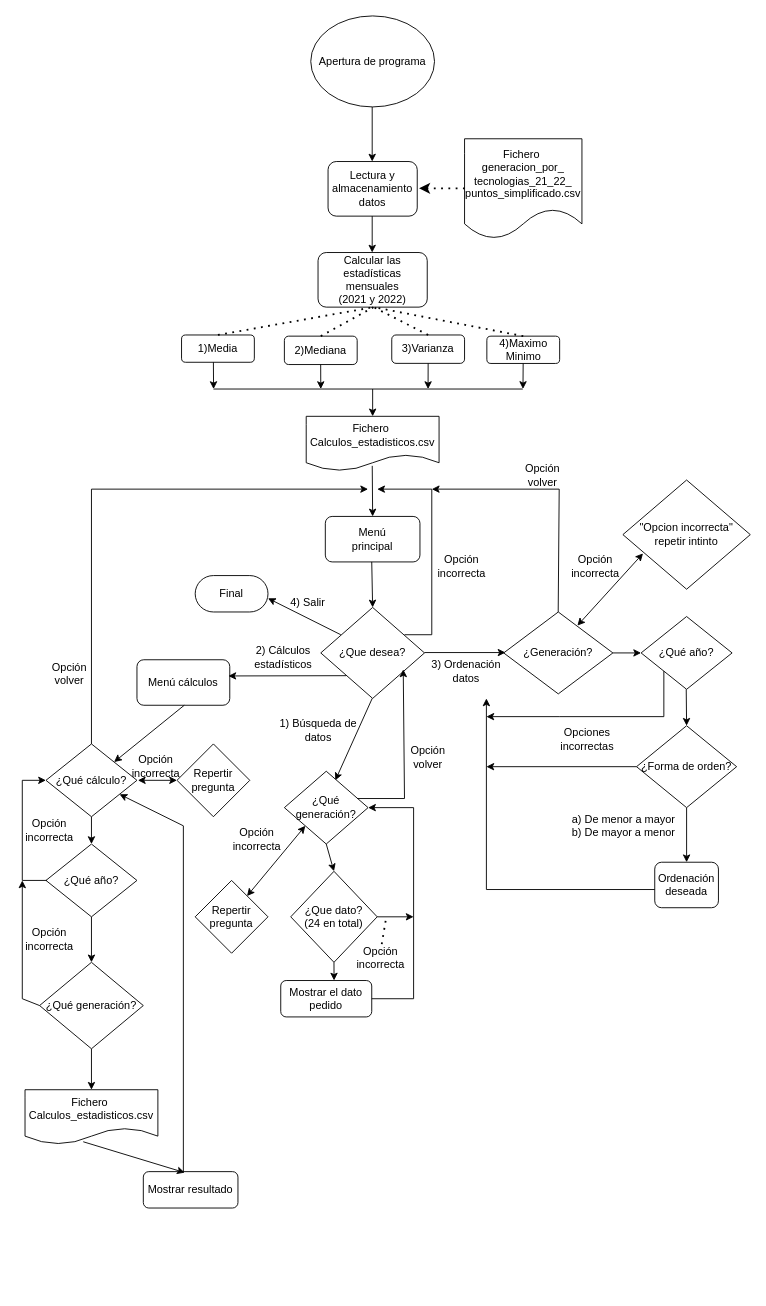
The draw.io diagram Diagramas de flujo/Diagrama de flujo.drawio in aigora/tw_E10X_2022_2023-la_resistencia, before the edit. Source tidied: cells renumbered, new cells numbered last; positions are measured from the earlier drawing's top-left corner, leaving out a move shared by most shapes. Both pictures are drawn from the tidied source at 91%, with x=0, y=0 at pixel (22, 15).
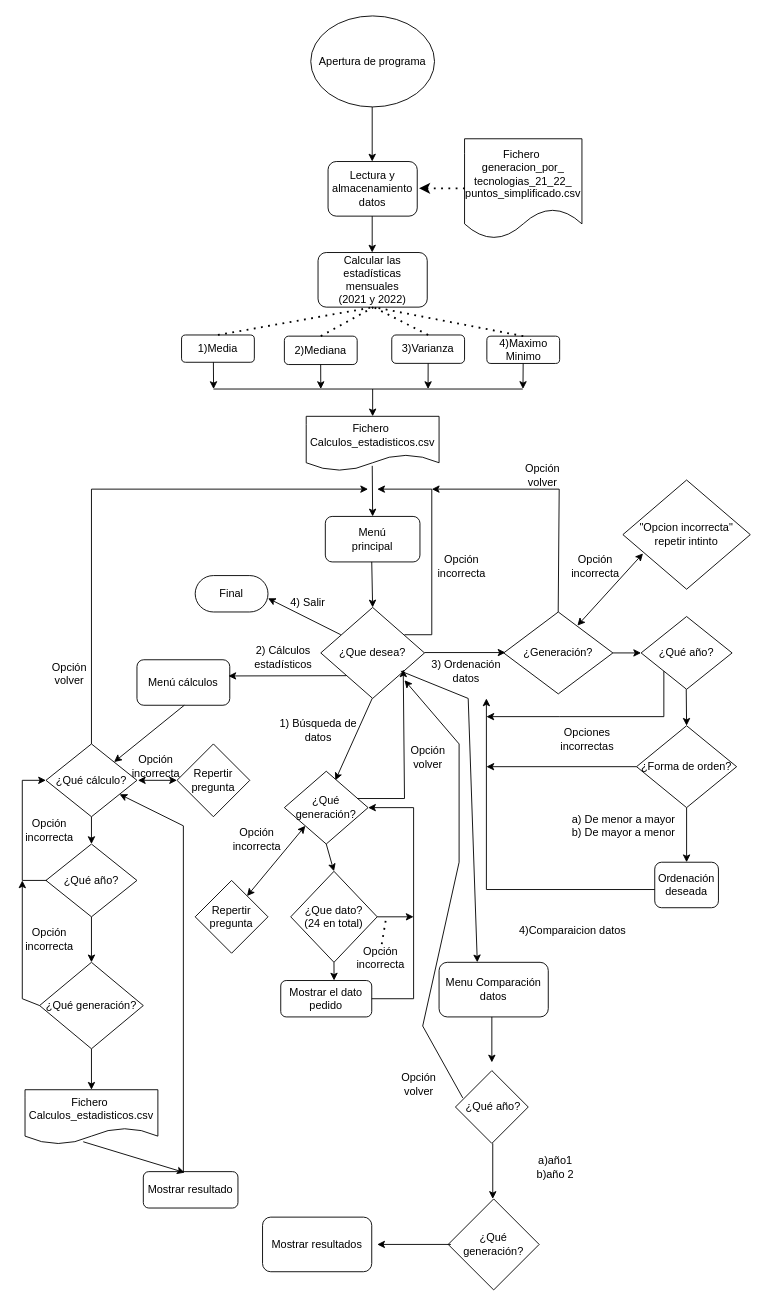
The same page after the edit.

Commit message (it also covers changes not shown here):
Cambio diagrama de flujo

The edit, as a diff of the source:
```diff
@@
+    <mxCell id="92" style="endArrow=classic;html=1;rounded=0;exitX=0.853;exitY=0.702;exitDx=0;exitDy=0;exitPerimeter=0;" parent="1" edge="1">
+      <mxGeometry relative="1" as="geometry">
+        <mxPoint x="416" y="720" as="sourcePoint" />
+        <mxPoint x="500" y="1040" as="targetPoint" />
+        <Array as="points">
+          <mxPoint x="490" y="750" />
+        </Array>
+      </mxGeometry>
+    </mxCell>
+    <mxCell id="93" value="4)Comparaicion datos" style="text;strokeColor=none;align=center;fillColor=none;html=1;verticalAlign=middle;whiteSpace=wrap;rounded=0;" parent="1" vertex="1">
+      <mxGeometry x="535" y="990" width="140" height="30" as="geometry" />
+    </mxCell>
+    <mxCell id="94" value="Menu Comparación datos" style="rounded=1;whiteSpace=wrap;html=1;" parent="1" vertex="1">
+      <mxGeometry x="458" y="1040" width="120" height="60" as="geometry" />
+    </mxCell>
+    <mxCell id="95" style="endArrow=classic;html=1;rounded=0;" parent="1" edge="1">
+      <mxGeometry relative="1" as="geometry">
+        <mxPoint x="516" y="1100" as="sourcePoint" />
+        <mxPoint x="516" y="1150" as="targetPoint" />
+      </mxGeometry>
+    </mxCell>
+    <mxCell id="96" value="&amp;nbsp;¿Qué año?" style="rhombus;whiteSpace=wrap;html=1;" parent="1" vertex="1">
+      <mxGeometry x="476" y="1159" width="80" height="80" as="geometry" />
+    </mxCell>
+    <mxCell id="97" style="endArrow=classic;html=1;rounded=0;" parent="1" edge="1">
+      <mxGeometry relative="1" as="geometry">
+        <mxPoint x="517" y="1239" as="sourcePoint" />
+        <mxPoint x="517" y="1300" as="targetPoint" />
+      </mxGeometry>
+    </mxCell>
+    <mxCell id="98" style="endArrow=classic;html=1;rounded=0;" parent="1" edge="1">
+      <mxGeometry relative="1" as="geometry">
+        <mxPoint x="484" y="1189" as="sourcePoint" />
+        <mxPoint x="420" y="730" as="targetPoint" />
+        <Array as="points">
+          <mxPoint x="440" y="1110" />
+          <mxPoint x="480" y="930" />
+          <mxPoint x="480" y="800" />
+        </Array>
+      </mxGeometry>
+    </mxCell>
+    <mxCell id="99" value="Opción volver" style="text;html=1;strokeColor=none;fillColor=none;align=center;verticalAlign=middle;whiteSpace=wrap;rounded=0;" parent="1" vertex="1">
+      <mxGeometry x="406" y="1159" width="60" height="30" as="geometry" />
+    </mxCell>
+    <mxCell id="100" value="a)año1 &lt;br&gt;b)año 2" style="text;strokeColor=none;align=center;fillColor=none;html=1;verticalAlign=middle;whiteSpace=wrap;rounded=0;" parent="1" vertex="1">
+      <mxGeometry x="542" y="1250" width="88" height="30" as="geometry" />
+    </mxCell>
+    <mxCell id="101" value="¿Qué generación?" style="rhombus;whiteSpace=wrap;html=1;" parent="1" vertex="1">
+      <mxGeometry x="468" y="1300" width="100" height="100" as="geometry" />
+    </mxCell>
+    <mxCell id="102" style="endArrow=classic;html=1;rounded=0;" parent="1" edge="1">
+      <mxGeometry relative="1" as="geometry">
+        <mxPoint x="471" y="1350" as="sourcePoint" />
+        <mxPoint x="390" y="1350" as="targetPoint" />
+      </mxGeometry>
+    </mxCell>
+    <mxCell id="103" value="Mostrar resultados" style="rounded=1;whiteSpace=wrap;html=1;" parent="1" vertex="1">
+      <mxGeometry x="264" y="1320" width="120" height="60" as="geometry" />
+    </mxCell>
```
